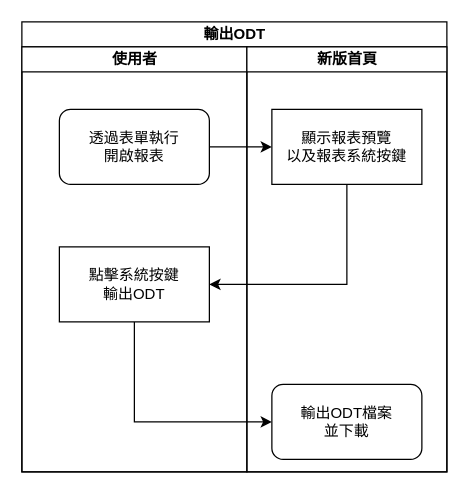
ArcareRD/sadocs keeps this draw.io diagram as page "點擊系統按鍵輸出ODT" (3 of 6) of 8.10.0/UPDATE/ITEM_22/RTE/diagram/新版首頁.drawio. Above is the earlier version. Source tidied: cells renumbered, new cells numbered last; positions are measured from the earlier drawing's top-left corner, leaving out a move shared by most shapes. Both pictures are drawn from the tidied source at 125%, with x=0, y=0 at pixel (21, 21).
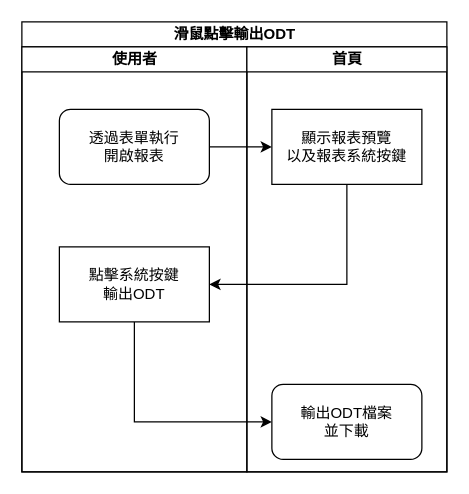
After the change.

The edit, as a diff of the source:
```diff
@@
 <mxGraphModel>
   <root>
     <mxCell id="0" />
     <mxCell id="1" parent="0" />
-    <mxCell id="2" value="輸出ODT" style="swimlane;html=1;startSize=20;" parent="1" vertex="1">
+    <mxCell id="2" value="滑鼠點擊輸出ODT" style="swimlane;html=1;startSize=20;" parent="1" vertex="1">
       <mxGeometry width="340" height="360" as="geometry" />
     </mxCell>
     <mxCell id="3" value="使用者" style="swimlane;html=1;startSize=20;" parent="2" vertex="1">
       <mxGeometry y="20" width="180" height="340" as="geometry" />
     </mxCell>
     <mxCell id="4" value="透過表單執行&lt;br&gt;開啟報表" style="rounded=1;whiteSpace=wrap;html=1;" parent="3" vertex="1">
       <mxGeometry x="30" y="50" width="120" height="60" as="geometry" />
     </mxCell>
     <mxCell id="5" value="點擊系統按鍵&lt;br&gt;輸出ODT" style="whiteSpace=wrap;html=1;rounded=0;" parent="3" vertex="1">
       <mxGeometry x="30" y="160" width="120" height="60" as="geometry" />
     </mxCell>
-    <mxCell id="6" value="新版首頁" style="swimlane;html=1;startSize=20;" parent="2" vertex="1">
+    <mxCell id="6" value="首頁" style="swimlane;html=1;startSize=20;" parent="2" vertex="1">
       <mxGeometry x="180" y="20" width="160" height="340" as="geometry" />
     </mxCell>
     <mxCell id="7" value="顯示報表預覽&lt;br&gt;以及報表系統按鍵" style="rounded=0;whiteSpace=wrap;html=1;" parent="6" vertex="1">
       <mxGeometry x="20" y="50" width="120" height="60" as="geometry" />
     </mxCell>
     <mxCell id="8" value="輸出ODT檔案&lt;br&gt;並下載" style="rounded=1;whiteSpace=wrap;html=1;" parent="6" vertex="1">
       <mxGeometry x="20" y="270" width="120" height="60" as="geometry" />
     </mxCell>
     <mxCell id="9" style="edgeStyle=orthogonalEdgeStyle;rounded=0;jettySize=auto;html=1;" parent="2" edge="1" source="4" target="7">
       <mxGeometry relative="1" as="geometry" />
     </mxCell>
     <mxCell id="10" style="edgeStyle=orthogonalEdgeStyle;rounded=0;jettySize=auto;html=1;exitX=0.5;exitY=1;exitDx=0;exitDy=0;entryX=1;entryY=0.5;entryDx=0;entryDy=0;" parent="2" edge="1" source="7" target="5">
       <mxGeometry relative="1" as="geometry" />
     </mxCell>
     <mxCell id="11" style="edgeStyle=orthogonalEdgeStyle;rounded=0;jettySize=auto;html=1;entryX=0;entryY=0.5;entryDx=0;entryDy=0;exitX=0.5;exitY=1;exitDx=0;exitDy=0;" parent="2" edge="1" source="5" target="8">
       <mxGeometry relative="1" as="geometry" />
     </mxCell>
   </root>
 </mxGraphModel>
```
